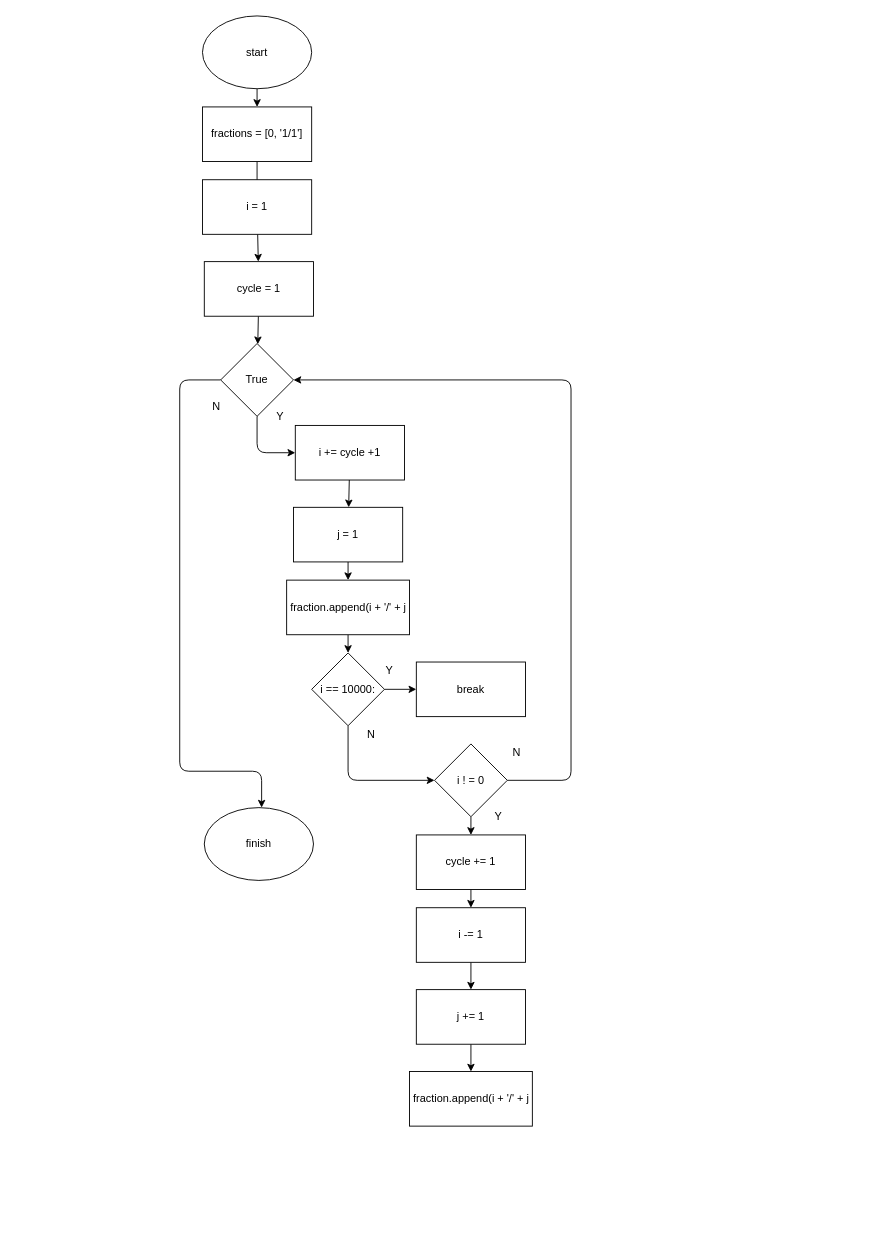
Before: stage/The most wrong question/1193.drawio in Gyeongrok-Oh/boj, a draw.io diagram. Source tidied: cells renumbered, new cells numbered last; positions are measured from the earlier drawing's top-left corner, leaving out a move shared by most shapes. Both pictures are drawn from the tidied source at 91%, with x=0, y=0 at pixel (179, 15).
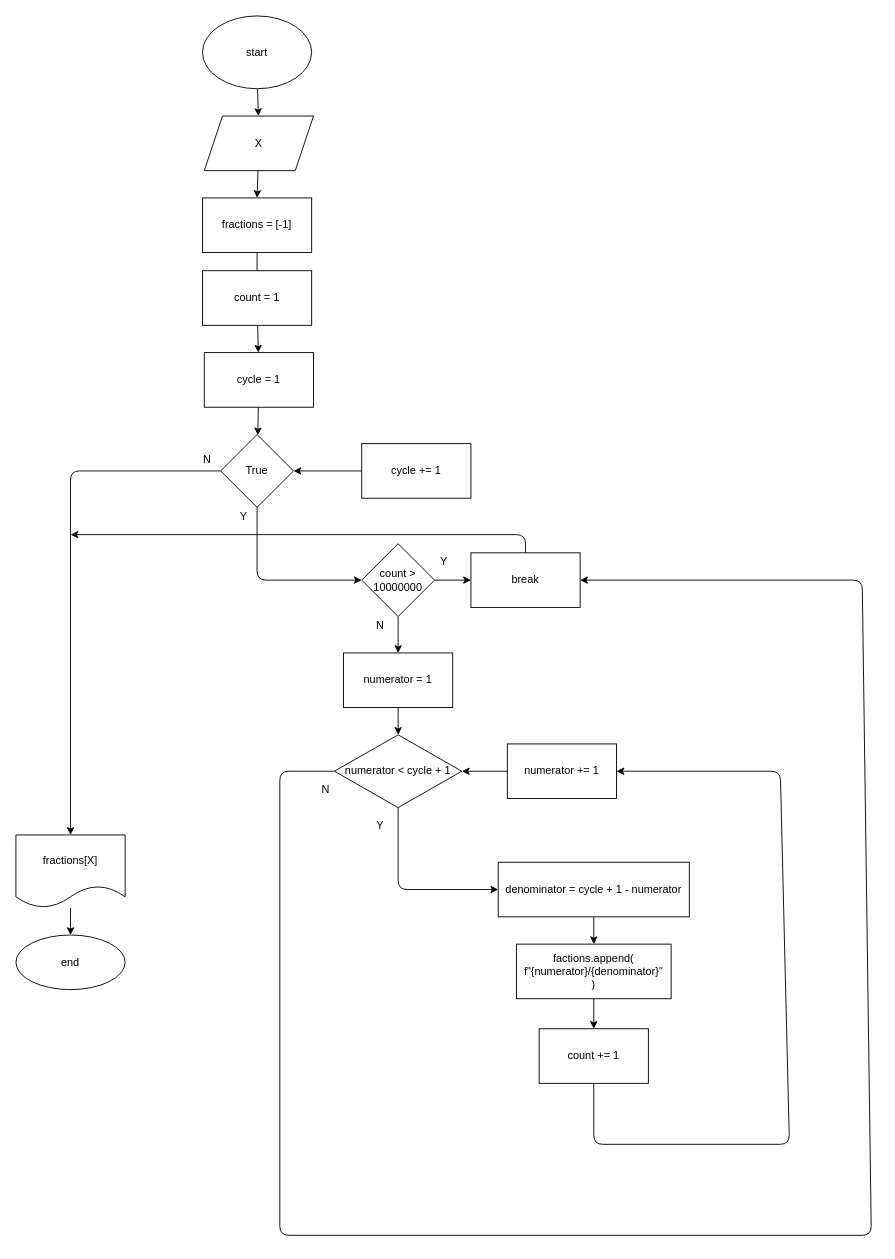
Above is the later version.

Unchanged cells that the change refers to:
```xml
<mxCell id="3" value="start" style="ellipse;whiteSpace=wrap;html=1;" parent="1" vertex="1">
  <mxGeometry x="25" width="120" height="80" as="geometry" />
</mxCell>
```

What changed in the source:
```diff
@@
-    <mxCell id="2" style="edgeStyle=none;html=1;" parent="1" edge="1" source="3" target="5">
-      <mxGeometry relative="1" as="geometry" />
-    </mxCell>
+    <mxCell id="40" style="edgeStyle=none;html=1;" parent="1" edge="1" source="3" target="52">
+      <mxGeometry relative="1" as="geometry" />
+    </mxCell>
@@
-    <mxCell id="4" style="edgeStyle=none;html=1;" parent="1" edge="1" source="5">
-      <mxGeometry relative="1" as="geometry">
-        <mxPoint x="85" y="200" as="targetPoint" />
-      </mxGeometry>
-    </mxCell>
-    <mxCell id="5" value="fractions = [0, '1/1']" style="whiteSpace=wrap;html=1;" parent="1" vertex="1">
-      <mxGeometry x="25" y="100" width="120" height="60" as="geometry" />
-    </mxCell>
-    <mxCell id="6" style="edgeStyle=none;html=1;entryX=0;entryY=0.5;entryDx=0;entryDy=0;" parent="1" edge="1" source="8" target="10">
-      <mxGeometry relative="1" as="geometry">
-        <Array as="points">
-          <mxPoint x="85" y="480" />
-        </Array>
-      </mxGeometry>
-    </mxCell>
-    <mxCell id="7" style="edgeStyle=none;html=1;" parent="1" edge="1" source="8">
-      <mxGeometry relative="1" as="geometry">
-        <mxPoint x="90" y="870" as="targetPoint" />
-        <Array as="points">
-          <mxPoint y="400" />
-          <mxPoint y="830" />
-          <mxPoint x="90" y="830" />
-        </Array>
-      </mxGeometry>
-    </mxCell>
+    <mxCell id="41" style="edgeStyle=none;html=1;" parent="1" edge="1" source="42">
+      <mxGeometry relative="1" as="geometry">
+        <mxPoint x="85" y="300" as="targetPoint" />
+      </mxGeometry>
+    </mxCell>
+    <mxCell id="42" value="fractions = [-1]" style="whiteSpace=wrap;html=1;" parent="1" vertex="1">
+      <mxGeometry x="25" y="200" width="120" height="60" as="geometry" />
+    </mxCell>
+    <mxCell id="43" style="edgeStyle=none;html=1;" parent="1" edge="1" source="8">
+      <mxGeometry relative="1" as="geometry">
+        <mxPoint x="200" y="620" as="targetPoint" />
+        <Array as="points">
+          <mxPoint x="85" y="620" />
+        </Array>
+      </mxGeometry>
+    </mxCell>
+    <mxCell id="44" style="edgeStyle=none;html=1;entryX=0.5;entryY=0;entryDx=0;entryDy=0;" parent="1" edge="1" source="8" target="57">
+      <mxGeometry relative="1" as="geometry">
+        <Array as="points">
+          <mxPoint x="-120" y="500" />
+        </Array>
+      </mxGeometry>
+    </mxCell>
     <mxCell id="8" value="True" style="rhombus;whiteSpace=wrap;html=1;" parent="1" vertex="1">
-      <mxGeometry x="45" y="360" width="80" height="80" as="geometry" />
+      <mxGeometry x="45" y="460" width="80" height="80" as="geometry" />
     </mxCell>
-    <mxCell id="9" style="edgeStyle=none;html=1;" parent="1" edge="1" source="10" target="18">
-      <mxGeometry relative="1" as="geometry" />
-    </mxCell>
-    <mxCell id="10" value="i += cycle +1&lt;br&gt;" style="whiteSpace=wrap;html=1;" parent="1" vertex="1">
-      <mxGeometry x="127" y="450" width="120" height="60" as="geometry" />
-    </mxCell>
@@
     <mxCell id="12" value="cycle = 1" style="whiteSpace=wrap;html=1;" parent="1" vertex="1">
-      <mxGeometry x="27" y="270" width="120" height="60" as="geometry" />
+      <mxGeometry x="27" y="370" width="120" height="60" as="geometry" />
     </mxCell>
-    <mxCell id="13" style="edgeStyle=none;html=1;" parent="1" edge="1" target="20">
-      <mxGeometry relative="1" as="geometry">
-        <mxPoint x="320" y="960" as="sourcePoint" />
-      </mxGeometry>
-    </mxCell>
-    <mxCell id="14" style="edgeStyle=none;html=1;entryX=1;entryY=0.5;entryDx=0;entryDy=0;" parent="1" edge="1" source="16" target="8">
-      <mxGeometry relative="1" as="geometry">
-        <Array as="points">
-          <mxPoint x="430" y="840" />
-          <mxPoint x="430" y="400" />
-        </Array>
-      </mxGeometry>
-    </mxCell>
-    <mxCell id="15" style="edgeStyle=none;html=1;" parent="1" edge="1" source="16" target="39">
-      <mxGeometry relative="1" as="geometry" />
-    </mxCell>
-    <mxCell id="16" value="i ! = 0" style="rhombus;whiteSpace=wrap;html=1;" parent="1" vertex="1">
-      <mxGeometry x="280" y="800" width="80" height="80" as="geometry" />
-    </mxCell>
-    <mxCell id="17" style="edgeStyle=none;html=1;entryX=0.5;entryY=0;entryDx=0;entryDy=0;" parent="1" edge="1" source="18" target="27">
-      <mxGeometry relative="1" as="geometry" />
-    </mxCell>
-    <mxCell id="18" value="j = 1" style="whiteSpace=wrap;html=1;" parent="1" vertex="1">
-      <mxGeometry x="125" y="540" width="120" height="60" as="geometry" />
-    </mxCell>
-    <mxCell id="19" style="edgeStyle=none;html=1;" parent="1" edge="1" source="20" target="22">
-      <mxGeometry relative="1" as="geometry" />
-    </mxCell>
-    <mxCell id="20" value="i -= 1" style="whiteSpace=wrap;html=1;" parent="1" vertex="1">
-      <mxGeometry x="260" y="980" width="120" height="60" as="geometry" />
-    </mxCell>
-    <mxCell id="21" style="edgeStyle=none;html=1;" parent="1" edge="1" source="22" target="23">
-      <mxGeometry relative="1" as="geometry" />
-    </mxCell>
-    <mxCell id="22" value="j += 1" style="whiteSpace=wrap;html=1;" parent="1" vertex="1">
-      <mxGeometry x="260" y="1070" width="120" height="60" as="geometry" />
-    </mxCell>
-    <mxCell id="23" value="fraction.append(i + '/' + j" style="whiteSpace=wrap;html=1;" parent="1" vertex="1">
-      <mxGeometry x="252.5" y="1160" width="135" height="60" as="geometry" />
-    </mxCell>
-    <mxCell id="24" style="edgeStyle=none;html=1;" parent="1" edge="1" source="25" target="12">
-      <mxGeometry relative="1" as="geometry" />
-    </mxCell>
-    <mxCell id="25" value="i = 1" style="whiteSpace=wrap;html=1;" parent="1" vertex="1">
-      <mxGeometry x="25" y="180" width="120" height="60" as="geometry" />
-    </mxCell>
-    <mxCell id="26" style="edgeStyle=none;html=1;" parent="1" edge="1" source="27" target="30">
-      <mxGeometry relative="1" as="geometry" />
-    </mxCell>
-    <mxCell id="27" value="fraction.append(i + '/' + j" style="whiteSpace=wrap;html=1;" parent="1" vertex="1">
-      <mxGeometry x="117.5" y="620" width="135" height="60" as="geometry" />
-    </mxCell>
-    <mxCell id="28" style="edgeStyle=none;html=1;" parent="1" edge="1" source="30" target="31">
-      <mxGeometry relative="1" as="geometry" />
-    </mxCell>
-    <mxCell id="29" style="edgeStyle=none;html=1;entryX=0;entryY=0.5;entryDx=0;entryDy=0;" parent="1" edge="1" source="30" target="16">
-      <mxGeometry relative="1" as="geometry">
-        <Array as="points">
-          <mxPoint x="185" y="840" />
-        </Array>
-      </mxGeometry>
-    </mxCell>
-    <mxCell id="30" value="i == 10000:" style="rhombus;whiteSpace=wrap;html=1;" parent="1" vertex="1">
-      <mxGeometry x="145" y="700" width="80" height="80" as="geometry" />
-    </mxCell>
+    <mxCell id="45" style="edgeStyle=none;html=1;" parent="1" edge="1" source="46" target="12">
+      <mxGeometry relative="1" as="geometry" />
+    </mxCell>
+    <mxCell id="46" value="count = 1" style="whiteSpace=wrap;html=1;" parent="1" vertex="1">
+      <mxGeometry x="25" y="280" width="120" height="60" as="geometry" />
+    </mxCell>
+    <mxCell id="47" style="edgeStyle=none;html=1;entryX=1;entryY=0.5;entryDx=0;entryDy=0;" parent="1" edge="1" source="39" target="8">
+      <mxGeometry relative="1" as="geometry" />
+    </mxCell>
+    <mxCell id="39" value="cycle += 1" style="whiteSpace=wrap;html=1;" parent="1" vertex="1">
+      <mxGeometry x="200" y="470" width="120" height="60" as="geometry" />
+    </mxCell>
+    <mxCell id="48" style="edgeStyle=none;html=1;" parent="1" edge="1" source="50" target="31">
+      <mxGeometry relative="1" as="geometry" />
+    </mxCell>
+    <mxCell id="49" style="edgeStyle=none;html=1;" parent="1" edge="1" source="50" target="62">
+      <mxGeometry relative="1" as="geometry" />
+    </mxCell>
+    <mxCell id="50" value="count &amp;gt; 10000000" style="rhombus;whiteSpace=wrap;html=1;" parent="1" vertex="1">
+      <mxGeometry x="200" y="580" width="80" height="80" as="geometry" />
+    </mxCell>
+    <mxCell id="51" style="edgeStyle=none;html=1;entryX=0.5;entryY=0;entryDx=0;entryDy=0;" parent="1" edge="1" source="52" target="42">
+      <mxGeometry relative="1" as="geometry" />
+    </mxCell>
+    <mxCell id="52" value="X" style="shape=parallelogram;perimeter=parallelogramPerimeter;whiteSpace=wrap;html=1;fixedSize=1;" parent="1" vertex="1">
+      <mxGeometry x="27" y="110" width="120" height="60" as="geometry" />
+    </mxCell>
+    <mxCell id="53" style="edgeStyle=none;html=1;" parent="1" edge="1" source="31">
+      <mxGeometry relative="1" as="geometry">
+        <mxPoint x="-120" y="570" as="targetPoint" />
+        <Array as="points">
+          <mxPoint x="380" y="570" />
+        </Array>
+      </mxGeometry>
+    </mxCell>
     <mxCell id="31" value="break" style="whiteSpace=wrap;html=1;" parent="1" vertex="1">
-      <mxGeometry x="260" y="710" width="120" height="60" as="geometry" />
+      <mxGeometry x="320" y="590" width="120" height="60" as="geometry" />
     </mxCell>
-    <mxCell id="32" value="Y" style="text;html=1;align=center;verticalAlign=middle;strokeColor=none;fillColor=none;" parent="1" vertex="1">
-      <mxGeometry x="220" y="710" width="20" height="20" as="geometry" />
-    </mxCell>
-    <mxCell id="33" value="finish" style="ellipse;whiteSpace=wrap;html=1;" parent="1" vertex="1">
-      <mxGeometry x="27" y="870" width="120" height="80" as="geometry" />
-    </mxCell>
-    <mxCell id="34" value="Y" style="text;html=1;align=center;verticalAlign=middle;strokeColor=none;fillColor=none;" parent="1" vertex="1">
-      <mxGeometry x="100" y="430" width="20" height="20" as="geometry" />
-    </mxCell>
-    <mxCell id="35" value="N" style="text;html=1;align=center;verticalAlign=middle;strokeColor=none;fillColor=none;" parent="1" vertex="1">
-      <mxGeometry x="30" y="420" width="20" height="20" as="geometry" />
-    </mxCell>
-    <mxCell id="36" value="N" style="text;html=1;align=center;verticalAlign=middle;strokeColor=none;fillColor=none;" parent="1" vertex="1">
-      <mxGeometry x="200" y="780" width="20" height="20" as="geometry" />
-    </mxCell>
-    <mxCell id="37" value="Y" style="text;html=1;align=center;verticalAlign=middle;strokeColor=none;fillColor=none;" parent="1" vertex="1">
-      <mxGeometry x="340" y="870" width="20" height="20" as="geometry" />
-    </mxCell>
-    <mxCell id="38" value="N" style="text;html=1;align=center;verticalAlign=middle;strokeColor=none;fillColor=none;" parent="1" vertex="1">
-      <mxGeometry x="360" y="800" width="20" height="20" as="geometry" />
-    </mxCell>
-    <mxCell id="39" value="cycle += 1" style="whiteSpace=wrap;html=1;" parent="1" vertex="1">
-      <mxGeometry x="260" y="900" width="120" height="60" as="geometry" />
-    </mxCell>
+    <mxCell id="54" value="Y" style="text;html=1;align=center;verticalAlign=middle;strokeColor=none;fillColor=none;" parent="1" vertex="1">
+      <mxGeometry x="60" y="540" width="20" height="20" as="geometry" />
+    </mxCell>
+    <mxCell id="55" value="N" style="text;html=1;align=center;verticalAlign=middle;strokeColor=none;fillColor=none;" parent="1" vertex="1">
+      <mxGeometry x="20" y="478" width="20" height="20" as="geometry" />
+    </mxCell>
+    <mxCell id="56" style="edgeStyle=none;html=1;" parent="1" edge="1" source="57" target="58">
+      <mxGeometry relative="1" as="geometry" />
+    </mxCell>
+    <mxCell id="57" value="fractions[X]" style="shape=document;whiteSpace=wrap;html=1;boundedLbl=1;" parent="1" vertex="1">
+      <mxGeometry x="-180" y="900" width="120" height="80" as="geometry" />
+    </mxCell>
+    <mxCell id="58" value="end" style="ellipse;whiteSpace=wrap;html=1;" parent="1" vertex="1">
+      <mxGeometry x="-180" y="1010" width="120" height="60" as="geometry" />
+    </mxCell>
+    <mxCell id="59" value="Y" style="text;html=1;align=center;verticalAlign=middle;strokeColor=none;fillColor=none;" parent="1" vertex="1">
+      <mxGeometry x="280" y="590" width="20" height="20" as="geometry" />
+    </mxCell>
+    <mxCell id="60" value="N" style="text;html=1;align=center;verticalAlign=middle;strokeColor=none;fillColor=none;" parent="1" vertex="1">
+      <mxGeometry x="210" y="660" width="20" height="20" as="geometry" />
+    </mxCell>
+    <mxCell id="61" style="edgeStyle=none;html=1;" parent="1" edge="1" source="62" target="65">
+      <mxGeometry relative="1" as="geometry" />
+    </mxCell>
+    <mxCell id="62" value="numerator = 1" style="whiteSpace=wrap;html=1;" parent="1" vertex="1">
+      <mxGeometry x="180" y="700" width="120" height="60" as="geometry" />
+    </mxCell>
+    <mxCell id="63" style="edgeStyle=none;html=1;entryX=0;entryY=0.5;entryDx=0;entryDy=0;" parent="1" edge="1" source="65" target="69">
+      <mxGeometry relative="1" as="geometry">
+        <Array as="points">
+          <mxPoint x="240" y="960" />
+        </Array>
+      </mxGeometry>
+    </mxCell>
+    <mxCell id="64" style="edgeStyle=none;html=1;entryX=1;entryY=0.5;entryDx=0;entryDy=0;" parent="1" edge="1" source="65" target="31">
+      <mxGeometry relative="1" as="geometry">
+        <Array as="points">
+          <mxPoint x="110" y="830" />
+          <mxPoint x="110" y="1340" />
+          <mxPoint x="760" y="1340" />
+          <mxPoint x="750" y="620" />
+        </Array>
+      </mxGeometry>
+    </mxCell>
+    <mxCell id="65" value="numerator &amp;lt; cycle + 1" style="rhombus;whiteSpace=wrap;html=1;" parent="1" vertex="1">
+      <mxGeometry x="170" y="790" width="140" height="80" as="geometry" />
+    </mxCell>
+    <mxCell id="66" style="edgeStyle=none;html=1;" parent="1" edge="1" source="67" target="65">
+      <mxGeometry relative="1" as="geometry" />
+    </mxCell>
+    <mxCell id="67" value="numerator += 1" style="whiteSpace=wrap;html=1;" parent="1" vertex="1">
+      <mxGeometry x="360" y="800" width="120" height="60" as="geometry" />
+    </mxCell>
+    <mxCell id="68" style="edgeStyle=none;html=1;" parent="1" edge="1" source="69" target="71">
+      <mxGeometry relative="1" as="geometry" />
+    </mxCell>
+    <mxCell id="69" value="denominator = cycle + 1 - numerator" style="whiteSpace=wrap;html=1;" parent="1" vertex="1">
+      <mxGeometry x="350" y="930" width="210" height="60" as="geometry" />
+    </mxCell>
+    <mxCell id="70" style="edgeStyle=none;html=1;" parent="1" edge="1" source="71" target="73">
+      <mxGeometry relative="1" as="geometry" />
+    </mxCell>
+    <mxCell id="71" value="factions.append(&lt;br&gt;f&quot;{numerator}/{denominator}&quot;&lt;br&gt;)" style="whiteSpace=wrap;html=1;" parent="1" vertex="1">
+      <mxGeometry x="370" y="1020" width="170" height="60" as="geometry" />
+    </mxCell>
+    <mxCell id="72" style="edgeStyle=none;html=1;entryX=1;entryY=0.5;entryDx=0;entryDy=0;" parent="1" edge="1" source="73" target="67">
+      <mxGeometry relative="1" as="geometry">
+        <Array as="points">
+          <mxPoint x="455" y="1240" />
+          <mxPoint x="670" y="1240" />
+          <mxPoint x="660" y="830" />
+        </Array>
+      </mxGeometry>
+    </mxCell>
+    <mxCell id="73" value="count += 1" style="whiteSpace=wrap;html=1;" parent="1" vertex="1">
+      <mxGeometry x="395" y="1113" width="120" height="60" as="geometry" />
+    </mxCell>
+    <mxCell id="74" value="Y" style="text;html=1;align=center;verticalAlign=middle;strokeColor=none;fillColor=none;" parent="1" vertex="1">
+      <mxGeometry x="210" y="880" width="20" height="20" as="geometry" />
+    </mxCell>
+    <mxCell id="75" value="N" style="text;html=1;align=center;verticalAlign=middle;strokeColor=none;fillColor=none;" parent="1" vertex="1">
+      <mxGeometry x="150" y="840" width="20" height="20" as="geometry" />
+    </mxCell>
```
